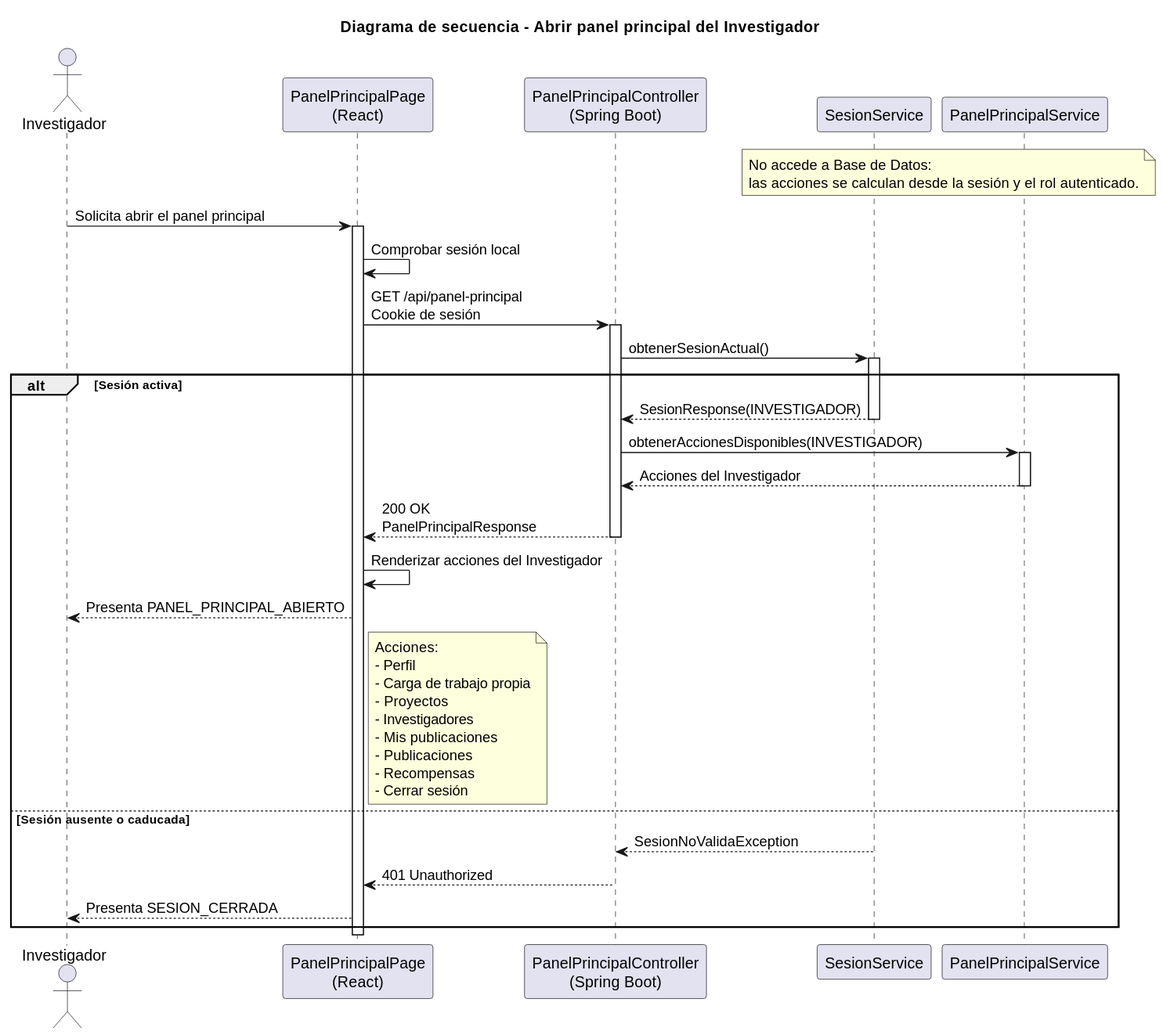
This is images/RUP/02-diseño/casos-uso/investigador/abrirPanelPrincipal/secuencia.svg from beatriizorozco/25-26-idsw2-sdVC, a PlantUML export, as it was before one commit.
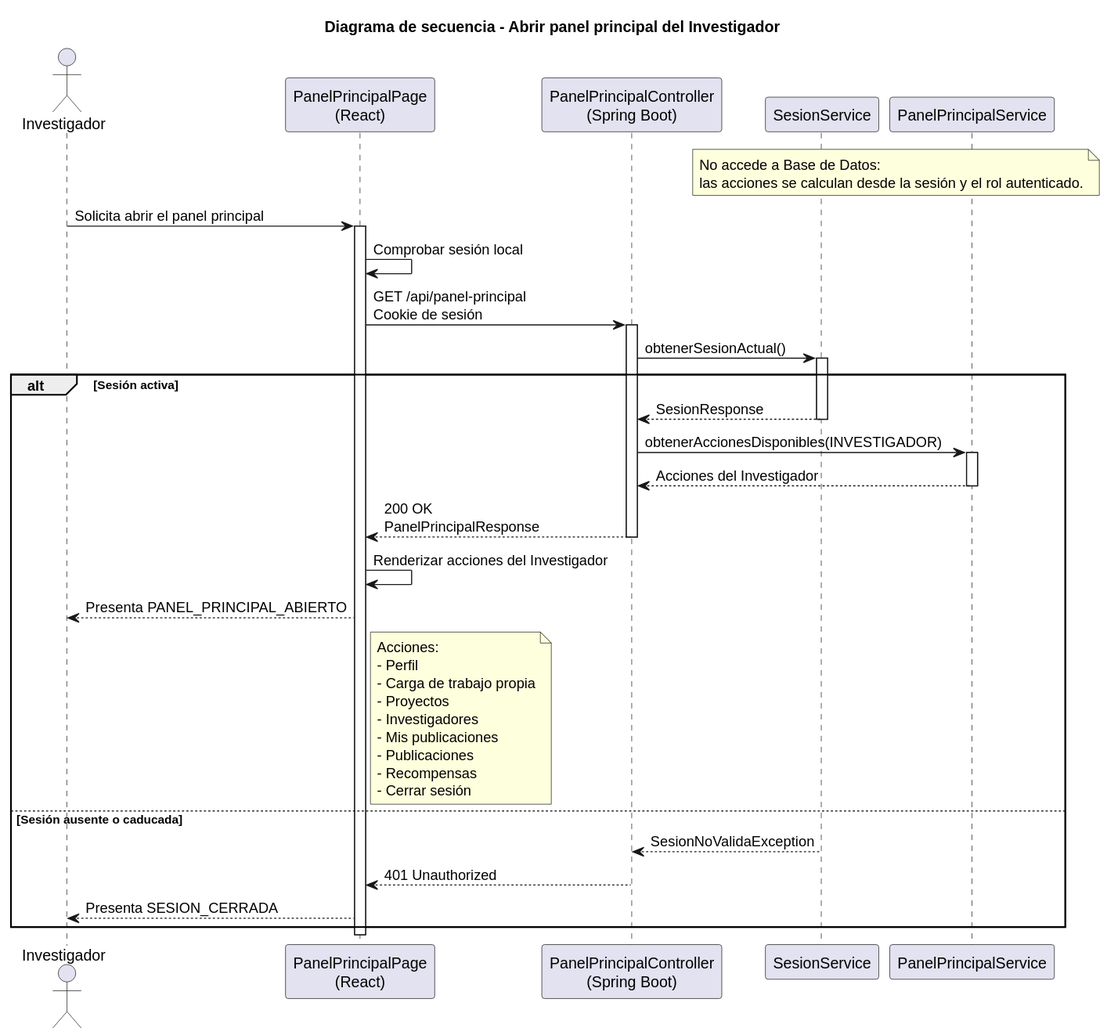
Later version of the same file.

Change to the diagram source:
```diff
@@ -20,7 +20,7 @@
 Api -> Sesion: obtenerSesionActual()
 activate Sesion
 alt Sesión activa
-    Sesion --> Api: SesionResponse(INVESTIGADOR)
+    Sesion --> Api: SesionResponse
     deactivate Sesion
     Api -> Panel: obtenerAccionesDisponibles(INVESTIGADOR)
     activate Panel
```
